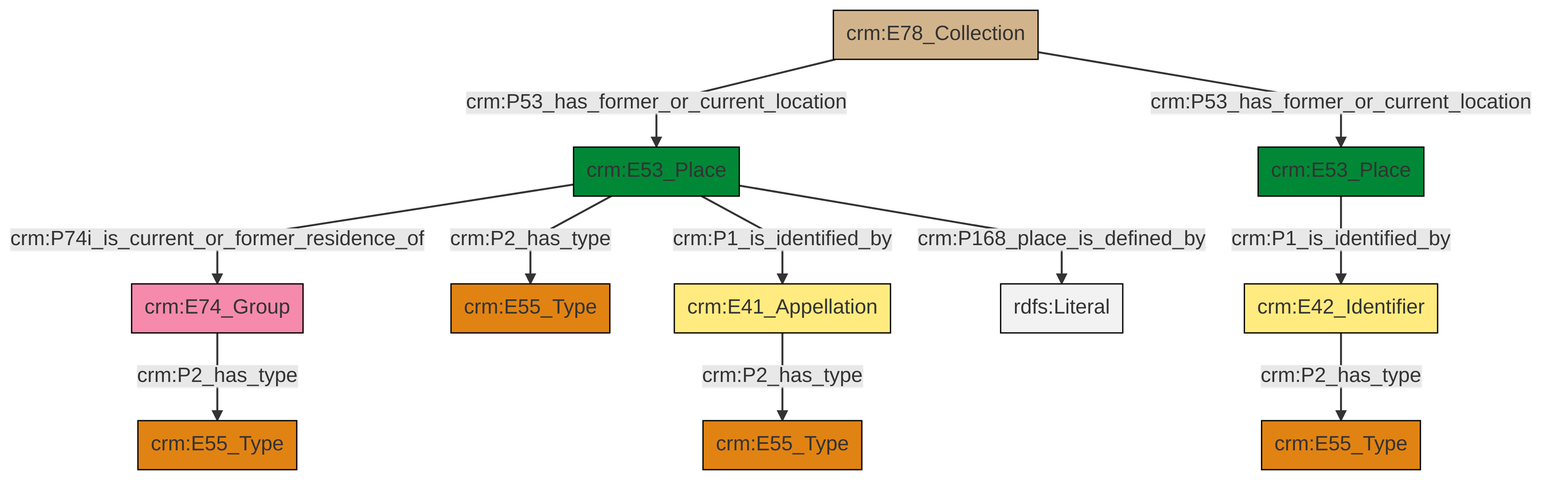
The Mermaid diagram et/archivalCSV/ttl/mmd/png/archival_location.png in swiss-art-research-net/docs.swissartresearch, before a commit. Its source is kept beside it as et/archivalCSV/ttl/mmd/archival_location.ttl.mmd.
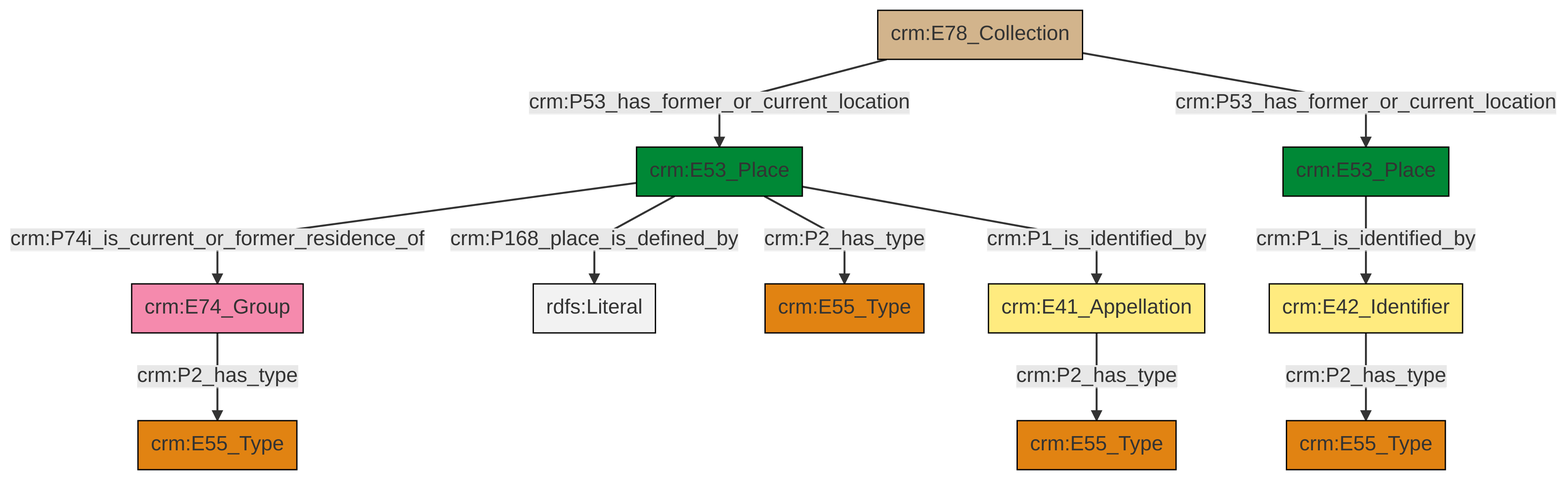
After the commit.

What changed in the source:
```diff
@@ -14,12 +14,12 @@
 classDef Multi fill:#cccccc,stroke:#000000;
 
 2["crm:E78_Collection"]:::Physical_Thing -->|crm:P53_has_former_or_current_location| 3["crm:E53_Place"]:::Place
-8["crm:E74_Group"]:::Actor -->|crm:P2_has_type| 4["crm:E55_Type"]:::Type
-14["crm:E53_Place"]:::Place -->|crm:P1_is_identified_by| 15["crm:E42_Identifier"]:::Appellation
-3["crm:E53_Place"]:::Place -->|crm:P74i_is_current_or_former_residence_of| 8["crm:E74_Group"]:::Actor
-15["crm:E42_Identifier"]:::Appellation -->|crm:P2_has_type| 6["crm:E55_Type"]:::Type
-3["crm:E53_Place"]:::Place -->|crm:P2_has_type| 9["crm:E55_Type"]:::Type
-12["crm:E41_Appellation"]:::Appellation -->|crm:P2_has_type| 0["crm:E55_Type"]:::Type
-3["crm:E53_Place"]:::Place -->|crm:P1_is_identified_by| 12["crm:E41_Appellation"]:::Appellation
-3["crm:E53_Place"]:::Place -->|crm:P168_place_is_defined_by| 19[rdfs:Literal]:::Literal
-2["crm:E78_Collection"]:::Physical_Thing -->|crm:P53_has_former_or_current_location| 14["crm:E53_Place"]:::Place
+3["crm:E53_Place"]:::Place -->|crm:P168_place_is_defined_by| 5[rdfs:Literal]:::Literal
+0["crm:E41_Appellation"]:::Appellation -->|crm:P2_has_type| 10["crm:E55_Type"]:::Type
+12["crm:E42_Identifier"]:::Appellation -->|crm:P2_has_type| 13["crm:E55_Type"]:::Type
+2["crm:E78_Collection"]:::Physical_Thing -->|crm:P53_has_former_or_current_location| 8["crm:E53_Place"]:::Place
+3["crm:E53_Place"]:::Place -->|crm:P74i_is_current_or_former_residence_of| 17["crm:E74_Group"]:::Actor
+8["crm:E53_Place"]:::Place -->|crm:P1_is_identified_by| 12["crm:E42_Identifier"]:::Appellation
+3["crm:E53_Place"]:::Place -->|crm:P1_is_identified_by| 0["crm:E41_Appellation"]:::Appellation
+17["crm:E74_Group"]:::Actor -->|crm:P2_has_type| 14["crm:E55_Type"]:::Type
+3["crm:E53_Place"]:::Place -->|crm:P2_has_type| 6["crm:E55_Type"]:::Type
```
